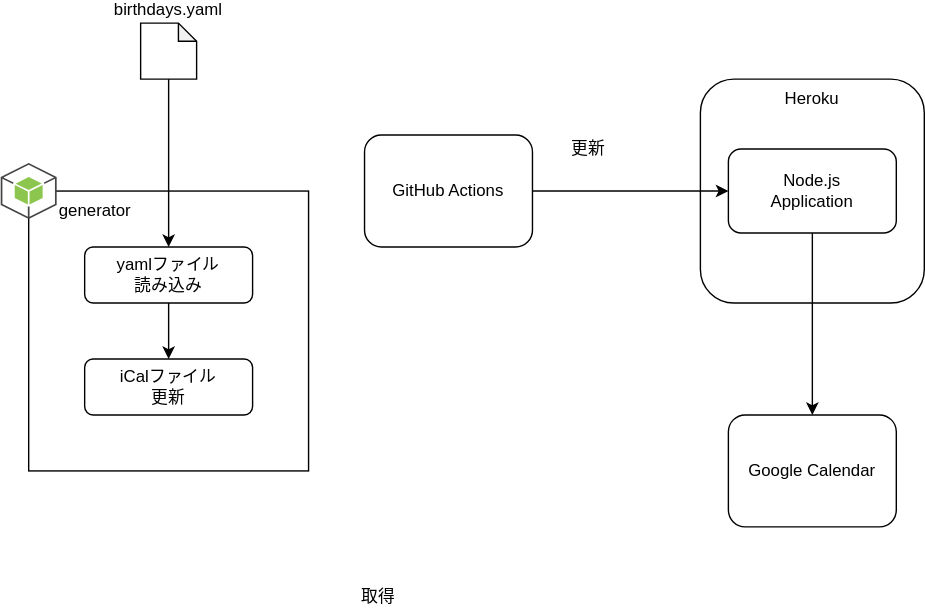
Before: docs/overview.drawio.svg, a diagram exported from draw.io (ushibutatory/umamusume-birthdays). Source tidied: cells renumbered, new cells last; positions are measured from the earlier drawing's top-left corner, leaving out a move shared by most shapes. Source of this version:
```xml
<mxGraphModel>
  <root>
    <mxCell id="0" />
    <mxCell id="1" parent="0" />
    <mxCell id="2" value="generator" style="rounded=0;whiteSpace=wrap;html=1;fillColor=none;verticalAlign=top;align=left;spacingLeft=20;" parent="1" vertex="1">
      <mxGeometry x="20" y="120" width="200" height="200" as="geometry" />
    </mxCell>
    <mxCell id="3" value="yamlファイル&lt;br&gt;読み込み" style="rounded=1;whiteSpace=wrap;html=1;" parent="1" vertex="1">
      <mxGeometry x="60" y="160" width="120" height="40" as="geometry" />
    </mxCell>
    <mxCell id="4" value="GitHub Actions" style="rounded=1;whiteSpace=wrap;html=1;" parent="1" vertex="1">
      <mxGeometry x="260" y="80" width="120" height="80" as="geometry" />
    </mxCell>
    <mxCell id="5" style="endArrow=classic;html=1;" parent="1" edge="1" source="3" target="16">
      <mxGeometry relative="1" as="geometry" />
    </mxCell>
    <mxCell id="6" value="取得" style="text;html=1;strokeColor=none;fillColor=none;align=center;verticalAlign=middle;whiteSpace=wrap;rounded=0;" parent="1" vertex="1">
      <mxGeometry x="250" y="400" width="40" height="20" as="geometry" />
    </mxCell>
    <mxCell id="7" value="更新" style="text;html=1;strokeColor=none;fillColor=none;align=center;verticalAlign=middle;whiteSpace=wrap;rounded=0;" parent="1" vertex="1">
      <mxGeometry x="400" y="80" width="40" height="20" as="geometry" />
    </mxCell>
    <mxCell id="8" value="Heroku" style="rounded=1;whiteSpace=wrap;html=1;verticalAlign=top;" parent="1" vertex="1">
      <mxGeometry x="500" y="40" width="160" height="160" as="geometry" />
    </mxCell>
    <mxCell id="9" value="Node.js&lt;br&gt;Application" style="rounded=1;whiteSpace=wrap;html=1;" parent="1" vertex="1">
      <mxGeometry x="520" y="90" width="120" height="60" as="geometry" />
    </mxCell>
    <mxCell id="10" value="Google Calendar" style="rounded=1;whiteSpace=wrap;html=1;" parent="1" vertex="1">
      <mxGeometry x="520" y="280" width="120" height="80" as="geometry" />
    </mxCell>
    <mxCell id="11" style="endArrow=classic;html=1;" parent="1" edge="1" source="4" target="9">
      <mxGeometry relative="1" as="geometry" />
    </mxCell>
    <mxCell id="12" style="endArrow=classic;html=1;" parent="1" edge="1" source="9" target="10">
      <mxGeometry relative="1" as="geometry" />
    </mxCell>
    <mxCell id="13" value="birthdays.yaml" style="shape=note;whiteSpace=wrap;html=1;backgroundOutline=1;darkOpacity=0.05;labelPosition=center;verticalLabelPosition=top;align=center;verticalAlign=bottom;size=13;" parent="1" vertex="1">
      <mxGeometry x="100" width="40" height="40" as="geometry" />
    </mxCell>
    <mxCell id="14" style="dashed=0;verticalLabelPosition=bottom;verticalAlign=top;align=center;html=1;shape=mxgraph.aws3.android;fillColor=#8CC64F;gradientColor=none;" parent="1" vertex="1">
      <mxGeometry y="100" width="40" height="40" as="geometry" />
    </mxCell>
    <mxCell id="15" style="endArrow=classic;html=1;" parent="1" edge="1" source="13" target="3">
      <mxGeometry relative="1" as="geometry" />
    </mxCell>
    <mxCell id="16" value="iCalファイル&lt;br&gt;更新" style="rounded=1;whiteSpace=wrap;html=1;" parent="1" vertex="1">
      <mxGeometry x="60" y="240" width="120" height="40" as="geometry" />
    </mxCell>
  </root>
</mxGraphModel>
```
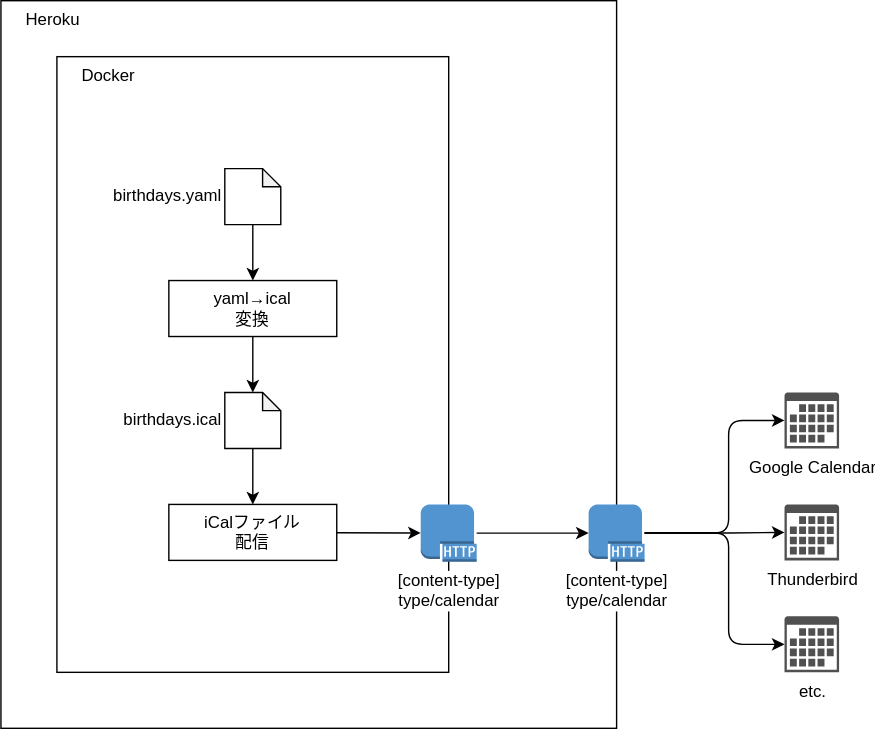
Later version of the same file.

Diff of the diagram source:
```diff
@@ -2,50 +2,72 @@
   <root>
     <mxCell id="0" />
     <mxCell id="1" parent="0" />
+    <mxCell id="8" value="Heroku" style="whiteSpace=wrap;html=1;verticalAlign=top;fillColor=none;align=left;spacingLeft=16;" parent="1" vertex="1">
+      <mxGeometry x="20" width="440" height="520" as="geometry" />
+    </mxCell>
-    <mxCell id="2" value="generator" style="rounded=0;whiteSpace=wrap;html=1;fillColor=none;verticalAlign=top;align=left;spacingLeft=20;" parent="1" vertex="1">
-      <mxGeometry x="20" y="120" width="200" height="200" as="geometry" />
+    <mxCell id="2" value="Docker" style="whiteSpace=wrap;html=1;fillColor=none;verticalAlign=top;align=left;spacingLeft=16;" parent="1" vertex="1">
+      <mxGeometry x="60" y="40" width="280" height="440" as="geometry" />
     </mxCell>
-    <mxCell id="3" value="yamlファイル&lt;br&gt;読み込み" style="rounded=1;whiteSpace=wrap;html=1;" parent="1" vertex="1">
-      <mxGeometry x="60" y="160" width="120" height="40" as="geometry" />
+    <mxCell id="3" value="yaml→ical&lt;br&gt;変換" style="whiteSpace=wrap;html=1;" parent="1" vertex="1">
+      <mxGeometry x="140" y="200" width="120" height="40" as="geometry" />
     </mxCell>
-    <mxCell id="4" value="GitHub Actions" style="rounded=1;whiteSpace=wrap;html=1;" parent="1" vertex="1">
-      <mxGeometry x="260" y="80" width="120" height="80" as="geometry" />
-    </mxCell>
-    <mxCell id="5" style="endArrow=classic;html=1;" parent="1" edge="1" source="3" target="16">
-      <mxGeometry relative="1" as="geometry" />
-    </mxCell>
-    <mxCell id="6" value="取得" style="text;html=1;strokeColor=none;fillColor=none;align=center;verticalAlign=middle;whiteSpace=wrap;rounded=0;" parent="1" vertex="1">
-      <mxGeometry x="250" y="400" width="40" height="20" as="geometry" />
-    </mxCell>
-    <mxCell id="7" value="更新" style="text;html=1;strokeColor=none;fillColor=none;align=center;verticalAlign=middle;whiteSpace=wrap;rounded=0;" parent="1" vertex="1">
-      <mxGeometry x="400" y="80" width="40" height="20" as="geometry" />
-    </mxCell>
-    <mxCell id="8" value="Heroku" style="rounded=1;whiteSpace=wrap;html=1;verticalAlign=top;" parent="1" vertex="1">
-      <mxGeometry x="500" y="40" width="160" height="160" as="geometry" />
-    </mxCell>
-    <mxCell id="9" value="Node.js&lt;br&gt;Application" style="rounded=1;whiteSpace=wrap;html=1;" parent="1" vertex="1">
-      <mxGeometry x="520" y="90" width="120" height="60" as="geometry" />
-    </mxCell>
-    <mxCell id="10" value="Google Calendar" style="rounded=1;whiteSpace=wrap;html=1;" parent="1" vertex="1">
-      <mxGeometry x="520" y="280" width="120" height="80" as="geometry" />
-    </mxCell>
-    <mxCell id="11" style="endArrow=classic;html=1;" parent="1" edge="1" source="4" target="9">
-      <mxGeometry relative="1" as="geometry" />
-    </mxCell>
-    <mxCell id="12" style="endArrow=classic;html=1;" parent="1" edge="1" source="9" target="10">
-      <mxGeometry relative="1" as="geometry" />
+    <mxCell id="12" style="endArrow=classic;html=1;edgeStyle=orthogonalEdgeStyle;" parent="1" edge="1" source="25" target="18">
+      <mxGeometry relative="1" as="geometry">
+        <Array as="points">
+          <mxPoint x="540" y="381" />
+          <mxPoint x="540" y="460" />
+        </Array>
+      </mxGeometry>
     </mxCell>
-    <mxCell id="13" value="birthdays.yaml" style="shape=note;whiteSpace=wrap;html=1;backgroundOutline=1;darkOpacity=0.05;labelPosition=center;verticalLabelPosition=top;align=center;verticalAlign=bottom;size=13;" parent="1" vertex="1">
-      <mxGeometry x="100" width="40" height="40" as="geometry" />
+    <mxCell id="13" value="birthdays.yaml" style="shape=note;whiteSpace=wrap;html=1;backgroundOutline=1;darkOpacity=0.05;labelPosition=left;verticalLabelPosition=middle;align=right;verticalAlign=middle;size=13;" parent="1" vertex="1">
+      <mxGeometry x="180" y="120" width="40" height="40" as="geometry" />
     </mxCell>
-    <mxCell id="14" style="dashed=0;verticalLabelPosition=bottom;verticalAlign=top;align=center;html=1;shape=mxgraph.aws3.android;fillColor=#8CC64F;gradientColor=none;" parent="1" vertex="1">
-      <mxGeometry y="100" width="40" height="40" as="geometry" />
-    </mxCell>
     <mxCell id="15" style="endArrow=classic;html=1;" parent="1" edge="1" source="13" target="3">
       <mxGeometry relative="1" as="geometry" />
     </mxCell>
-    <mxCell id="16" value="iCalファイル&lt;br&gt;更新" style="rounded=1;whiteSpace=wrap;html=1;" parent="1" vertex="1">
-      <mxGeometry x="60" y="240" width="120" height="40" as="geometry" />
-    </mxCell>
+    <mxCell id="10" value="Google Calendar" style="shadow=0;dashed=0;html=1;strokeColor=none;fillColor=#505050;labelPosition=center;verticalLabelPosition=bottom;verticalAlign=top;outlineConnect=0;align=center;shape=mxgraph.office.concepts.calendar;" parent="1" vertex="1">
+      <mxGeometry x="580" y="280" width="39" height="40" as="geometry" />
+    </mxCell>
+    <mxCell id="17" value="Thunderbird" style="shadow=0;dashed=0;html=1;strokeColor=none;fillColor=#505050;labelPosition=center;verticalLabelPosition=bottom;verticalAlign=top;outlineConnect=0;align=center;shape=mxgraph.office.concepts.calendar;" parent="1" vertex="1">
+      <mxGeometry x="580" y="360" width="39" height="40" as="geometry" />
+    </mxCell>
+    <mxCell id="18" value="etc." style="shadow=0;dashed=0;html=1;strokeColor=none;fillColor=#505050;labelPosition=center;verticalLabelPosition=bottom;verticalAlign=top;outlineConnect=0;align=center;shape=mxgraph.office.concepts.calendar;" parent="1" vertex="1">
+      <mxGeometry x="580" y="440" width="39" height="40" as="geometry" />
+    </mxCell>
+    <mxCell id="19" style="endArrow=classic;html=1;edgeStyle=orthogonalEdgeStyle;" parent="1" edge="1" source="25" target="17">
+      <mxGeometry relative="1" as="geometry" />
+    </mxCell>
+    <mxCell id="20" style="endArrow=classic;html=1;edgeStyle=orthogonalEdgeStyle;" parent="1" edge="1" source="25" target="10">
+      <mxGeometry relative="1" as="geometry">
+        <Array as="points">
+          <mxPoint x="540" y="381" />
+          <mxPoint x="540" y="300" />
+        </Array>
+      </mxGeometry>
+    </mxCell>
+    <mxCell id="21" value="iCalファイル&lt;br&gt;配信" style="whiteSpace=wrap;html=1;" parent="1" vertex="1">
+      <mxGeometry x="140" y="360" width="120" height="40" as="geometry" />
+    </mxCell>
+    <mxCell id="22" value="birthdays.ical" style="shape=note;whiteSpace=wrap;html=1;backgroundOutline=1;darkOpacity=0.05;labelPosition=left;verticalLabelPosition=middle;align=right;verticalAlign=middle;size=13;" parent="1" vertex="1">
+      <mxGeometry x="180" y="280" width="40" height="40" as="geometry" />
+    </mxCell>
+    <mxCell id="23" style="endArrow=classic;html=1;" parent="1" edge="1" source="3" target="22">
+      <mxGeometry relative="1" as="geometry" />
+    </mxCell>
+    <mxCell id="24" style="endArrow=classic;html=1;" parent="1" edge="1" source="22" target="21">
+      <mxGeometry relative="1" as="geometry" />
+    </mxCell>
+    <mxCell id="25" value="[content-type]&lt;br&gt;type/calendar" style="outlineConnect=0;dashed=0;verticalLabelPosition=bottom;verticalAlign=top;align=center;html=1;shape=mxgraph.aws3.http_protocol;fillColor=#5294CF;gradientColor=none;labelBorderColor=none;labelBackgroundColor=#ffffff;" parent="1" vertex="1">
+      <mxGeometry x="440" y="360" width="40" height="41" as="geometry" />
+    </mxCell>
+    <mxCell id="26" style="endArrow=classic;html=1;" parent="1" edge="1" source="27" target="25">
+      <mxGeometry relative="1" as="geometry" />
+    </mxCell>
+    <mxCell id="27" value="[content-type]&lt;br&gt;type/calendar" style="outlineConnect=0;dashed=0;verticalLabelPosition=bottom;verticalAlign=top;align=center;html=1;shape=mxgraph.aws3.http_protocol;fillColor=#5294CF;gradientColor=none;labelBorderColor=none;labelBackgroundColor=#ffffff;" parent="1" vertex="1">
+      <mxGeometry x="320" y="360" width="40" height="41" as="geometry" />
+    </mxCell>
+    <mxCell id="28" style="endArrow=classic;html=1;" parent="1" edge="1" source="21" target="27">
+      <mxGeometry relative="1" as="geometry" />
+    </mxCell>
   </root>
 </mxGraphModel>
```
